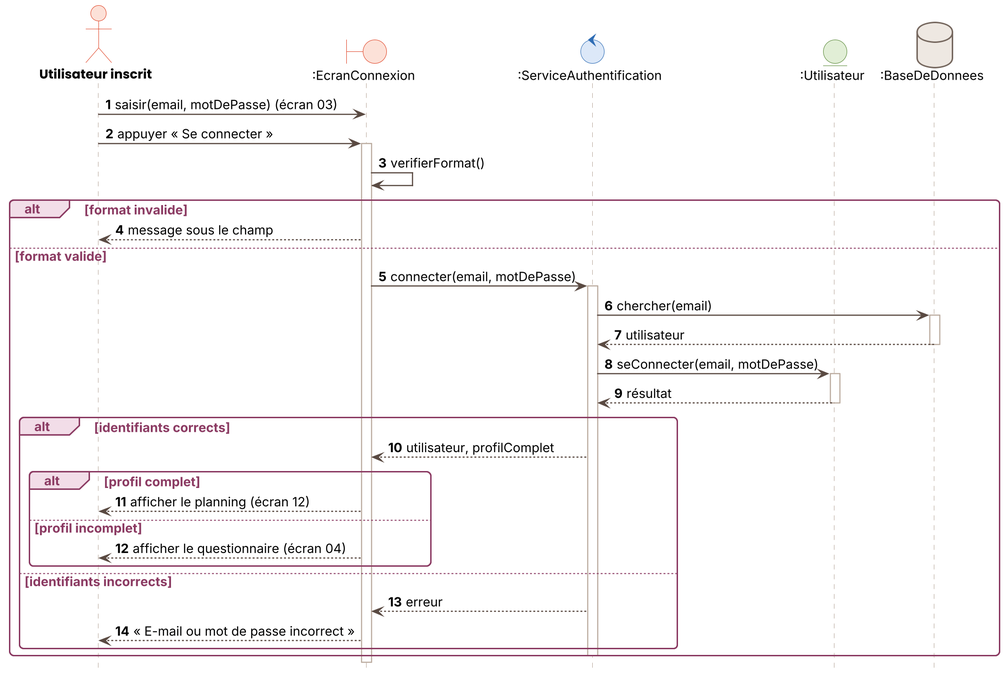
Before: docs/diagrammes/sequence_1_authentification.png, a diagram exported from PlantUML (RayenTouil/Dbarti).
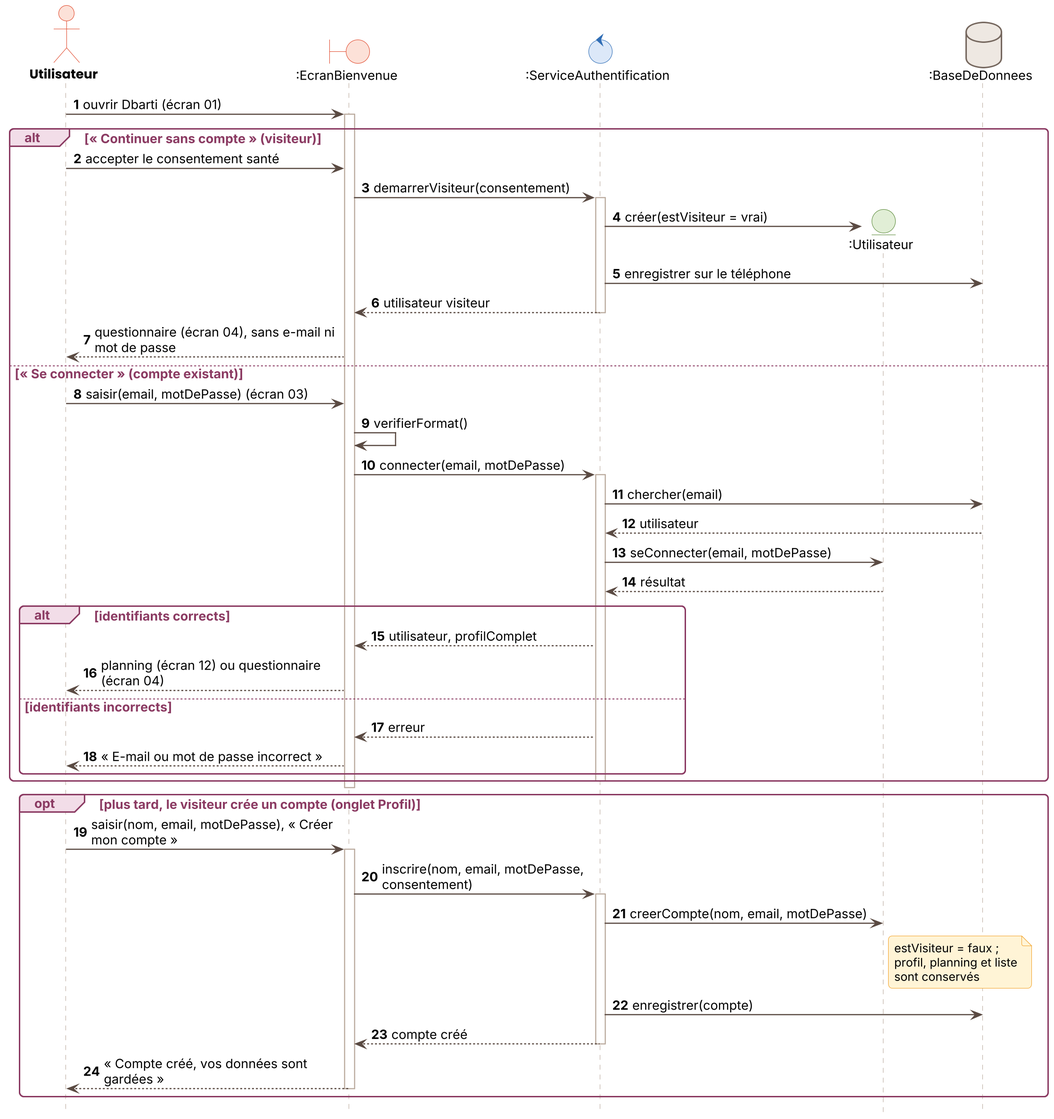
After the commit.

Commit message:
Documentation : utiliser sans compte

Change to the diagram source:
```diff
@@ -1,35 +1,35 @@
 @startuml
 !include style-seq.iuml
-actor "Utilisateur inscrit" as U
-boundary ":EcranConnexion" as E
+actor "Utilisateur" as U
+boundary ":EcranBienvenue" as E
 control ":ServiceAuthentification" as S
 entity ":Utilisateur" as UT
 database ":BaseDeDonnees" as DB
 
-U -> E : saisir(email, motDePasse) (écran 03)
-U -> E : appuyer « Se connecter »
+U -> E : ouvrir Dbarti (écran 01)
 activate E
-E -> E : verifierFormat()
-alt format invalide
-  E --> U : message sous le champ
-else format valide
+alt « Continuer sans compte » (visiteur)
+  U -> E : accepter le consentement santé
+  E -> S : demarrerVisiteur(consentement)
+  activate S
+  create UT
+  S -> UT : créer(estVisiteur = vrai)
+  S -> DB : enregistrer sur le téléphone
+  S --> E : utilisateur visiteur
+  deactivate S
+  E --> U : questionnaire (écran 04), sans e-mail ni mot de passe
+else « Se connecter » (compte existant)
+  U -> E : saisir(email, motDePasse) (écran 03)
+  E -> E : verifierFormat()
   E -> S : connecter(email, motDePasse)
   activate S
   S -> DB : chercher(email)
-  activate DB
   DB --> S : utilisateur
-  deactivate DB
   S -> UT : seConnecter(email, motDePasse)
-  activate UT
   UT --> S : résultat
-  deactivate UT
   alt identifiants corrects
     S --> E : utilisateur, profilComplet
-    alt profil complet
-      E --> U : afficher le planning (écran 12)
-    else profil incomplet
-      E --> U : afficher le questionnaire (écran 04)
-    end
+    E --> U : planning (écran 12) ou questionnaire (écran 04)
   else identifiants incorrects
     S --> E : erreur
     E --> U : « E-mail ou mot de passe incorrect »
@@ -37,4 +37,17 @@
   deactivate S
 end
 deactivate E
+opt plus tard, le visiteur crée un compte (onglet Profil)
+  U -> E : saisir(nom, email, motDePasse), « Créer mon compte »
+  activate E
+  E -> S : inscrire(nom, email, motDePasse, consentement)
+  activate S
+  S -> UT : creerCompte(nom, email, motDePasse)
+  note right of UT : estVisiteur = faux ;\nprofil, planning et liste\nsont conservés
+  S -> DB : enregistrer(compte)
+  S --> E : compte créé
+  deactivate S
+  E --> U : « Compte créé, vos données sont gardées »
+  deactivate E
+end
 @enduml
```
